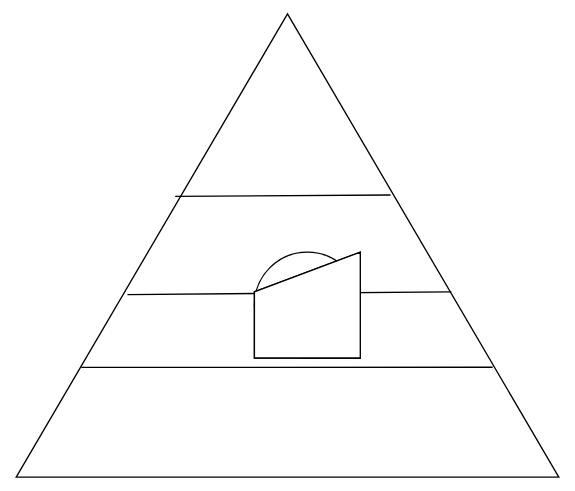
Earlier version of the draw.io export 笔记/前端/设计模式/assets/Untitled Diagram.svg (Echo-Yanglulu/obsidianPrivateNote). Source tidied: cells renumbered, new cells last; positions are measured from the earlier drawing's top-left corner, leaving out a move shared by most shapes.
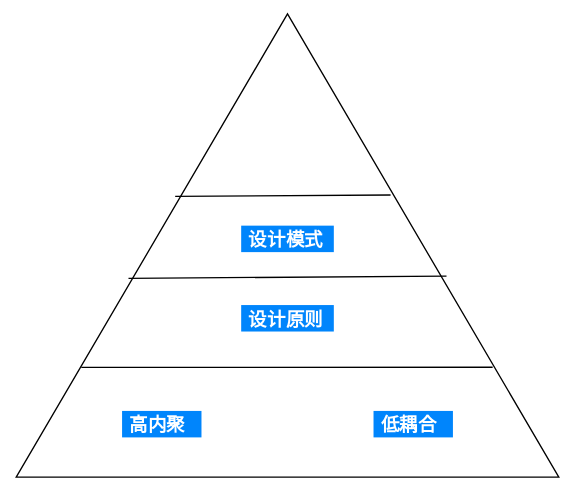
After the change.

What changed in the source:
```diff
@@ -10,20 +10,23 @@
         <mxPoint x="330" y="297" as="targetPoint" />
       </mxGeometry>
     </mxCell>
-    <mxCell id="4" style="endArrow=none;html=1;exitX=0.394;exitY=0.205;exitDx=0;exitDy=0;exitPerimeter=0;entryX=0.4;entryY=0.802;entryDx=0;entryDy=0;entryPerimeter=0;" parent="1" edge="1" source="2" target="2">
+    <mxCell id="4" style="endArrow=none;html=1;exitX=0.429;exitY=0.207;exitDx=0;exitDy=0;exitPerimeter=0;entryX=0.434;entryY=0.793;entryDx=0;entryDy=0;entryPerimeter=0;" parent="1" edge="1" source="2" target="2">
       <mxGeometry relative="1" as="geometry" />
     </mxCell>
     <mxCell id="5" style="endArrow=none;html=1;exitX=0.606;exitY=0.293;exitDx=0;exitDy=0;exitPerimeter=0;entryX=0.609;entryY=0.69;entryDx=0;entryDy=0;entryPerimeter=0;" parent="1" edge="1" source="2" target="2">
       <mxGeometry relative="1" as="geometry" />
     </mxCell>
-    <mxCell id="6" style="shape=tapeData;whiteSpace=wrap;html=1;perimeter=ellipsePerimeter;" parent="1" vertex="1">
-      <mxGeometry x="150" y="210" width="80" height="80" as="geometry" />
-    </mxCell>
-    <mxCell id="7" style="shape=manualInput;whiteSpace=wrap;html=1;" parent="1" vertex="1">
-      <mxGeometry x="150" y="210" width="80" height="80" as="geometry" />
-    </mxCell>
-    <mxCell id="8" style="shape=manualInput;whiteSpace=wrap;html=1;" parent="1" vertex="1">
-      <mxGeometry x="150" y="210" width="80" height="80" as="geometry" />
-    </mxCell>
+    <mxCell id="9" value="高内聚" style="html=1;shadow=0;dashed=0;shape=mxgraph.bootstrap.rrect;rSize=5;strokeColor=none;strokeWidth=1;fillColor=#0085FC;fontColor=#FFFFFF;whiteSpace=wrap;align=left;verticalAlign=middle;spacingLeft=0;fontStyle=1;fontSize=14;spacing=5;" parent="1" vertex="1">
+      <mxGeometry x="50" y="330" width="60" height="20" as="geometry" />
+    </mxCell>
+    <mxCell id="10" value="低耦合" style="html=1;shadow=0;dashed=0;shape=mxgraph.bootstrap.rrect;rSize=5;strokeColor=none;strokeWidth=1;fillColor=#0085FC;fontColor=#FFFFFF;whiteSpace=wrap;align=left;verticalAlign=middle;spacingLeft=0;fontStyle=1;fontSize=14;spacing=5;" parent="1" vertex="1">
+      <mxGeometry x="240" y="330" width="60" height="20" as="geometry" />
+    </mxCell>
+    <mxCell id="11" value="设计原则" style="html=1;shadow=0;dashed=0;shape=mxgraph.bootstrap.rrect;rSize=5;strokeColor=none;strokeWidth=1;fillColor=#0085FC;fontColor=#FFFFFF;whiteSpace=wrap;align=left;verticalAlign=middle;spacingLeft=0;fontStyle=1;fontSize=14;spacing=5;" parent="1" vertex="1">
+      <mxGeometry x="140" y="250" width="70" height="20" as="geometry" />
+    </mxCell>
+    <mxCell id="12" value="设计模式" style="html=1;shadow=0;dashed=0;shape=mxgraph.bootstrap.rrect;rSize=5;strokeColor=none;strokeWidth=1;fillColor=#0085FC;fontColor=#FFFFFF;whiteSpace=wrap;align=left;verticalAlign=middle;spacingLeft=0;fontStyle=1;fontSize=14;spacing=5;" parent="1" vertex="1">
+      <mxGeometry x="140" y="190" width="70" height="20" as="geometry" />
+    </mxCell>
   </root>
 </mxGraphModel>
```
